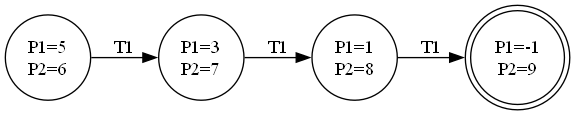
Earlier version of the Graphviz export graph.png (noemie-cyber/Projet_Petri). Its source is kept beside it as graph.dot.
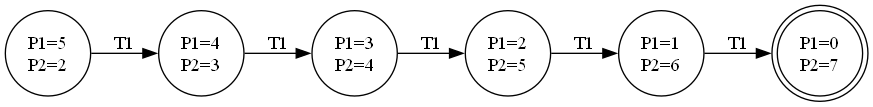
The same file after the commit.

The edit, as a diff of the source:
```diff
@@ -1,10 +1,14 @@
 digraph Reachability {
   rankdir=LR;
-  S0 [label="P1=5\nP2=6", shape=circle];
-  S1 [label="P1=3\nP2=7", shape=circle];
-  S2 [label="P1=1\nP2=8", shape=circle];
-  S3 [label="P1=-1\nP2=9", shape=doublecircle];
+  S0 [label="P1=5\nP2=2", shape=circle];
+  S1 [label="P1=4\nP2=3", shape=circle];
+  S2 [label="P1=3\nP2=4", shape=circle];
+  S3 [label="P1=2\nP2=5", shape=circle];
+  S4 [label="P1=1\nP2=6", shape=circle];
+  S5 [label="P1=0\nP2=7", shape=doublecircle];
   S0 -> S1 [label="T1"];
   S1 -> S2 [label="T1"];
   S2 -> S3 [label="T1"];
+  S3 -> S4 [label="T1"];
+  S4 -> S5 [label="T1"];
 }
```
